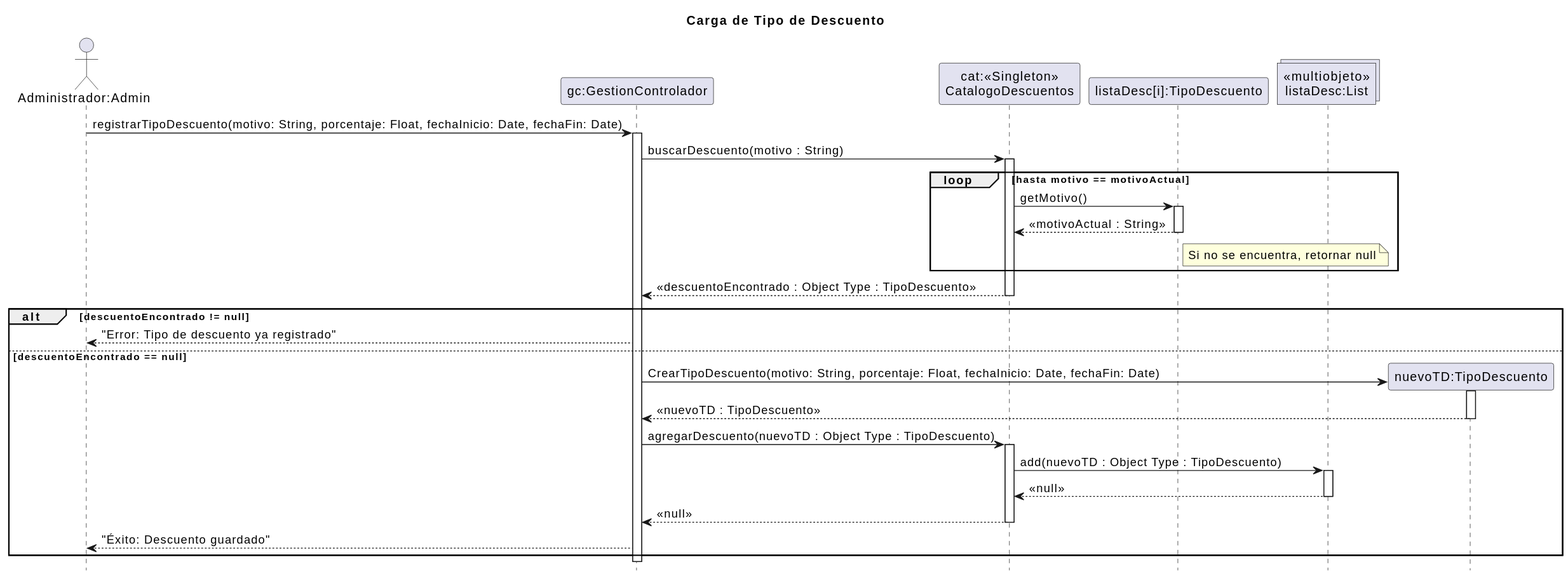
Before: 08 - Diagramas de Secuencia de Diseño/CargaTipoDescuento/CargaTipoDescuento.svg, a diagram exported from PlantUML (zEzequR/PF-I).
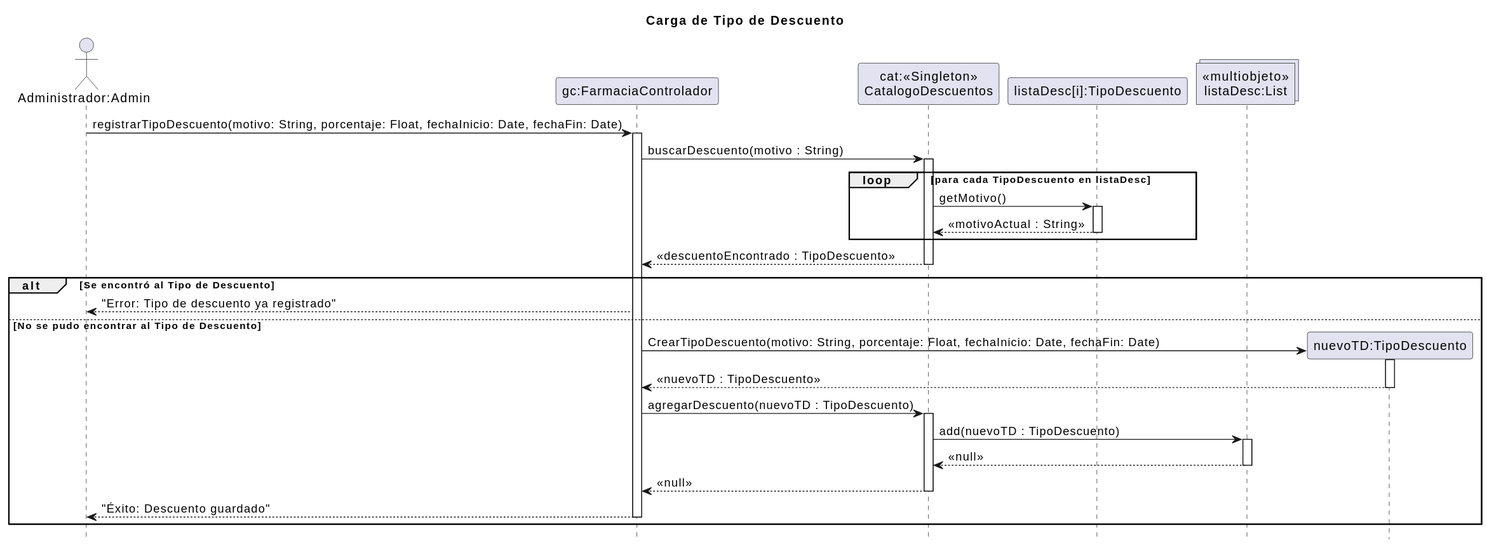
After the change.

What changed in the source:
```diff
@@ -3,7 +3,7 @@
 hide footbox
 
 actor "Administrador:Admin" as admin
-participant "gc:GestionControlador" as ctrl
+participant "gc:FarmaciaControlador" as ctrl
 participant "cat:<<Singleton>>\nCatalogoDescuentos" as cat
 participant "listaDesc[i]:TipoDescuento" as listDesc
 collections "<<multiobjeto>>\nlistaDesc:List" as lista_desc
@@ -14,24 +14,22 @@
 ctrl -> cat : buscarDescuento(motivo : String)
 activate cat
 
-loop hasta motivo == motivoActual
+loop para cada TipoDescuento en listaDesc
     cat -> listDesc : getMotivo()
     activate listDesc
     listDesc --> cat : <<motivoActual : String>>
 
-    note right of listDesc : Si no se encuentra, retornar null
-
     deactivate listDesc
 end
 
-cat --> ctrl : <<descuentoEncontrado : Object Type : TipoDescuento>>
+cat --> ctrl : <<descuentoEncontrado : TipoDescuento>>
 deactivate cat
 
-alt descuentoEncontrado != null
+alt Se encontró al Tipo de Descuento
 
     ctrl --> admin : "Error: Tipo de descuento ya registrado"
 
-else descuentoEncontrado == null
+else No se pudo encontrar al Tipo de Descuento
 
     create participant "nuevoTD:TipoDescuento" as td
     ctrl -> td : CrearTipoDescuento(motivo: String, porcentaje: Float, fechaInicio: Date, fechaFin: Date)
@@ -39,10 +37,10 @@
     td --> ctrl : <<nuevoTD : TipoDescuento>>
     deactivate td
 
-    ctrl -> cat : agregarDescuento(nuevoTD : Object Type : TipoDescuento)
+    ctrl -> cat : agregarDescuento(nuevoTD : TipoDescuento)
     activate cat
 
-    cat -> lista_desc : add(nuevoTD : Object Type : TipoDescuento)
+    cat -> lista_desc : add(nuevoTD : TipoDescuento)
     activate lista_desc
     lista_desc --> cat : <<null>>
     deactivate lista_desc
@@ -51,8 +49,7 @@
     deactivate cat
 
     ctrl --> admin : "Éxito: Descuento guardado"
+    deactivate ctrl
 
 end
-
-deactivate ctrl
 @enduml
```
